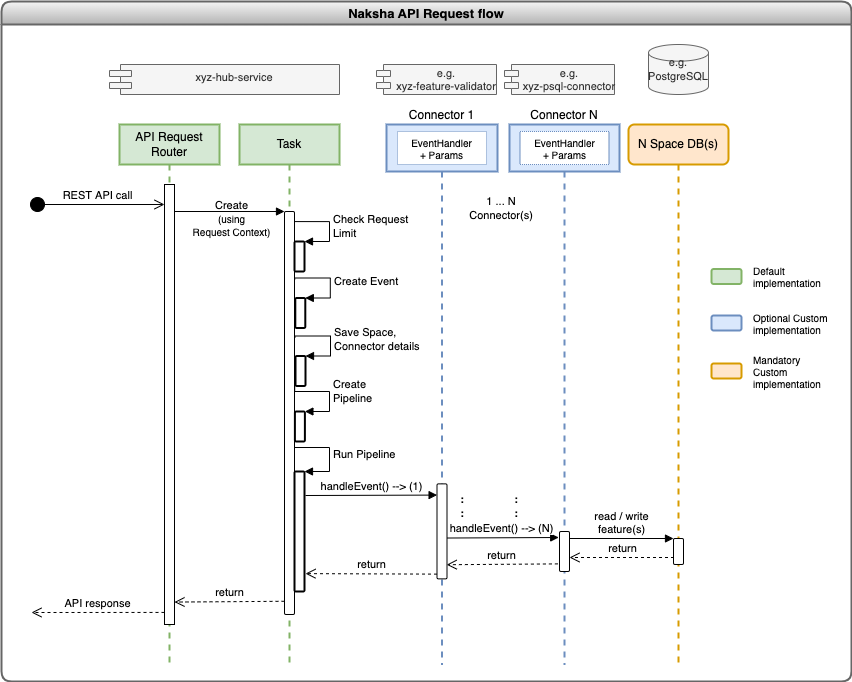
Before: docs/diagrams/api_request_flow.png, a diagram exported from draw.io (heremaps/xyz-hub). Source tidied: cells renumbered, new cells last; positions are measured from the earlier drawing's top-left corner, leaving out a move shared by most shapes.
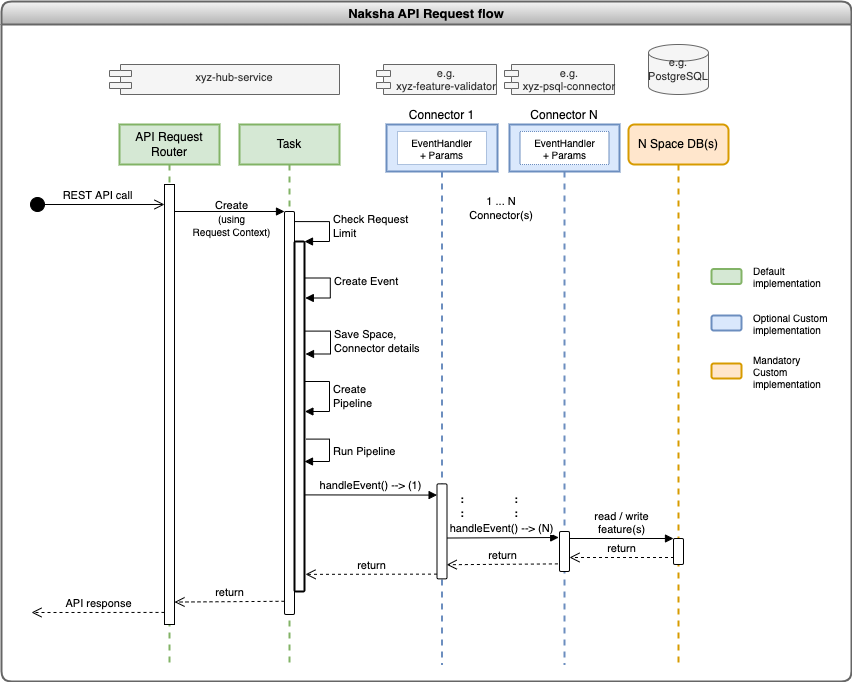
After the commit.

Commit message:
Updated API Request flow diagram

Change to the diagram source:
```diff
@@ -20,11 +20,9 @@
     <mxCell id="6" style="html=1;points=[];perimeter=orthogonalPerimeter;rounded=1;shadow=0;sketch=0;fontSize=11;strokeColor=#000000;strokeWidth=1;" parent="5" vertex="1">
       <mxGeometry x="45" y="87" width="10" height="403" as="geometry" />
     </mxCell>
-    <mxCell id="7" style="html=1;points=[];perimeter=orthogonalPerimeter;rounded=1;shadow=0;sketch=0;fontSize=11;strokeColor=#000000;strokeWidth=2;" parent="5" vertex="1">
-      <mxGeometry x="55" y="117" width="10" height="30" as="geometry" />
-    </mxCell>
-    <mxCell id="8" value="Check Request&lt;br&gt;Limit" style="edgeStyle=orthogonalEdgeStyle;html=1;align=left;spacingLeft=2;endArrow=block;rounded=0;entryX=1;entryY=0;fontSize=11;exitX=1;exitY=0.025;exitDx=0;exitDy=0;exitPerimeter=0;" parent="5" edge="1" source="6" target="7">
+    <mxCell id="8" value="Check Request&lt;br&gt;Limit" style="edgeStyle=orthogonalEdgeStyle;html=1;align=left;spacingLeft=2;endArrow=block;rounded=0;entryX=1;entryY=0;fontSize=11;exitX=1;exitY=0.025;exitDx=0;exitDy=0;exitPerimeter=0;" parent="5" edge="1" source="6">
       <mxGeometry relative="1" as="geometry">
+        <mxPoint x="65" y="117" as="targetPoint" />
         <Array as="points">
           <mxPoint x="90" y="97" />
           <mxPoint x="90" y="117" />
@@ -68,12 +66,10 @@
     <mxCell id="19" value="Mandatory Custom implementation" style="text;html=1;strokeColor=none;fillColor=none;align=left;verticalAlign=middle;whiteSpace=wrap;rounded=0;shadow=0;sketch=0;fontSize=10;" parent="13" vertex="1">
       <mxGeometry x="750" y="354.5" width="80" height="30" as="geometry" />
     </mxCell>
-    <mxCell id="20" style="html=1;points=[];perimeter=orthogonalPerimeter;rounded=1;shadow=0;sketch=0;fontSize=11;strokeColor=#000000;strokeWidth=2;" parent="13" vertex="1">
-      <mxGeometry x="293.8" y="296.5" width="10" height="30" as="geometry" />
-    </mxCell>
-    <mxCell id="21" value="Create Event" style="edgeStyle=orthogonalEdgeStyle;html=1;align=left;spacingLeft=2;endArrow=block;rounded=0;entryX=1;entryY=0;fontSize=11;exitX=0.94;exitY=0.067;exitDx=0;exitDy=0;exitPerimeter=0;" parent="13" edge="1" target="20">
+    <mxCell id="21" value="Create Event" style="edgeStyle=orthogonalEdgeStyle;html=1;align=left;spacingLeft=2;endArrow=block;rounded=0;entryX=1;entryY=0;fontSize=11;exitX=0.94;exitY=0.067;exitDx=0;exitDy=0;exitPerimeter=0;" parent="13" edge="1">
       <mxGeometry relative="1" as="geometry">
         <mxPoint x="293.2" y="278.1" as="sourcePoint" />
+        <mxPoint x="303.8" y="296.5" as="targetPoint" />
         <Array as="points">
           <mxPoint x="292.8" y="276.5" />
           <mxPoint x="328.8" y="276.5" />
@@ -81,18 +77,16 @@
         </Array>
       </mxGeometry>
     </mxCell>
-    <mxCell id="22" style="html=1;points=[];perimeter=orthogonalPerimeter;rounded=1;shadow=0;sketch=0;fontSize=11;strokeColor=#000000;strokeWidth=2;" parent="13" vertex="1">
-      <mxGeometry x="293.4" y="410" width="10" height="30" as="geometry" />
-    </mxCell>
     <mxCell id="23" style="html=1;points=[];perimeter=orthogonalPerimeter;rounded=1;shadow=0;sketch=0;fontSize=11;strokeColor=#000000;strokeWidth=2;" parent="13" vertex="1">
-      <mxGeometry x="293" y="470" width="10" height="120" as="geometry" />
+      <mxGeometry x="293" y="240" width="10" height="350" as="geometry" />
     </mxCell>
-    <mxCell id="24" value="Run Pipeline&amp;nbsp;" style="edgeStyle=orthogonalEdgeStyle;html=1;align=left;spacingLeft=2;endArrow=block;rounded=0;entryX=1;entryY=0;fontSize=11;exitX=1.02;exitY=0.033;exitDx=0;exitDy=0;exitPerimeter=0;" parent="13" edge="1" target="23">
+    <mxCell id="24" value="Run Pipeline&amp;nbsp;" style="edgeStyle=orthogonalEdgeStyle;html=1;align=left;spacingLeft=2;endArrow=block;rounded=0;fontSize=11;entryX=1;entryY=0.66;entryDx=0;entryDy=0;entryPerimeter=0;exitX=1.15;exitY=0.596;exitDx=0;exitDy=0;exitPerimeter=0;" parent="13" edge="1">
       <mxGeometry relative="1" as="geometry">
-        <mxPoint x="292.8" y="446" as="sourcePoint" />
+        <mxPoint x="304.5" y="437.6" as="sourcePoint" />
+        <mxPoint x="303" y="460" as="targetPoint" />
         <Array as="points">
-          <mxPoint x="328" y="446" />
-          <mxPoint x="328" y="470" />
+          <mxPoint x="328" y="438" />
+          <mxPoint x="328" y="460" />
         </Array>
       </mxGeometry>
     </mxCell>
@@ -126,7 +120,7 @@
     <mxCell id="34" value="e.g.&#10;xyz-psql-connector" style="shape=module;align=center;spacingLeft=20;align=center;verticalAlign=middle;rounded=1;shadow=0;sketch=0;fontSize=11;strokeColor=#666666;strokeWidth=1;jettyWidth=14;jettyHeight=6;fillColor=#f5f5f5;fontColor=#333333;labelPosition=center;verticalLabelPosition=middle;" parent="13" vertex="1">
       <mxGeometry x="503" y="63" width="110" height="30" as="geometry" />
     </mxCell>
-    <mxCell id="35" value="handleEvent() --&amp;gt; (1)" style="html=1;verticalAlign=bottom;endArrow=block;entryX=0.01;entryY=0.118;rounded=0;fontSize=11;entryDx=0;entryDy=0;entryPerimeter=0;exitX=1.1;exitY=0.2;exitDx=0;exitDy=0;exitPerimeter=0;" parent="13" edge="1" source="23" target="26">
+    <mxCell id="35" value="handleEvent() --&amp;gt; (1)" style="html=1;verticalAlign=bottom;endArrow=block;entryX=0.01;entryY=0.118;rounded=0;fontSize=11;entryDx=0;entryDy=0;entryPerimeter=0;exitX=1.05;exitY=0.724;exitDx=0;exitDy=0;exitPerimeter=0;" parent="13" edge="1" source="23" target="26">
       <mxGeometry relative="1" as="geometry" />
     </mxCell>
     <mxCell id="36" value="handleEvent() --&amp;gt; (N)" style="html=1;verticalAlign=bottom;endArrow=block;entryX=-0.08;entryY=0.15;rounded=0;fontSize=11;entryDx=0;entryDy=0;entryPerimeter=0;exitX=1;exitY=0.57;exitDx=0;exitDy=0;exitPerimeter=0;" parent="13" edge="1" source="26" target="31">
@@ -135,7 +129,7 @@
     <mxCell id="37" value="return" style="html=1;verticalAlign=bottom;endArrow=open;dashed=1;endSize=8;exitX=-0.16;exitY=0.81;rounded=0;fontSize=11;exitDx=0;exitDy=0;exitPerimeter=0;entryX=0.97;entryY=0.851;entryDx=0;entryDy=0;entryPerimeter=0;" parent="13" edge="1" source="31" target="26">
       <mxGeometry relative="1" as="geometry" />
     </mxCell>
-    <mxCell id="38" value="return" style="html=1;verticalAlign=bottom;endArrow=open;dashed=1;endSize=8;exitX=0;exitY=0.95;rounded=0;fontSize=11;entryX=1.1;entryY=0.851;entryDx=0;entryDy=0;entryPerimeter=0;" parent="13" edge="1" source="26" target="23">
+    <mxCell id="38" value="return" style="html=1;verticalAlign=bottom;endArrow=open;dashed=1;endSize=8;exitX=0;exitY=0.95;rounded=0;fontSize=11;entryX=1.1;entryY=0.951;entryDx=0;entryDy=0;entryPerimeter=0;" parent="13" edge="1" source="26" target="23">
       <mxGeometry relative="1" as="geometry" />
     </mxCell>
     <mxCell id="39" style="html=1;points=[];perimeter=orthogonalPerimeter;rounded=1;shadow=0;sketch=0;fontSize=11;strokeColor=#000000;strokeWidth=1;" parent="13" vertex="1">
@@ -153,24 +147,21 @@
     <mxCell id="43" value="e.g. PostgreSQL" style="strokeWidth=1;html=1;shape=mxgraph.flowchart.database;whiteSpace=wrap;rounded=1;shadow=0;sketch=0;fontSize=11;fillColor=#f5f5f5;fontColor=#333333;strokeColor=#666666;" parent="13" vertex="1">
       <mxGeometry x="647" y="43" width="60" height="50" as="geometry" />
     </mxCell>
-    <mxCell id="44" style="html=1;points=[];perimeter=orthogonalPerimeter;rounded=1;shadow=0;sketch=0;fontSize=11;strokeColor=#000000;strokeWidth=2;" parent="13" vertex="1">
-      <mxGeometry x="294" y="354.5" width="10" height="30" as="geometry" />
-    </mxCell>
-    <mxCell id="45" value="Save Space,&lt;br&gt;Connector details" style="edgeStyle=orthogonalEdgeStyle;html=1;align=left;spacingLeft=2;endArrow=block;rounded=0;entryX=1;entryY=0;fontSize=11;exitX=0.94;exitY=0.067;exitDx=0;exitDy=0;exitPerimeter=0;" parent="13" edge="1" target="44">
+    <mxCell id="45" value="Save Space,&lt;br&gt;Connector details" style="edgeStyle=orthogonalEdgeStyle;html=1;align=left;spacingLeft=2;endArrow=block;rounded=0;entryX=1;entryY=0;fontSize=11;exitX=0.95;exitY=0.256;exitDx=0;exitDy=0;exitPerimeter=0;" parent="13" edge="1" source="23">
       <mxGeometry relative="1" as="geometry">
-        <mxPoint x="293.4" y="336.1" as="sourcePoint" />
+        <mxPoint x="304" y="352.5" as="targetPoint" />
         <Array as="points">
-          <mxPoint x="293" y="334.5" />
-          <mxPoint x="329" y="334.5" />
-          <mxPoint x="329" y="354.5" />
+          <mxPoint x="329" y="330" />
+          <mxPoint x="329" y="353" />
         </Array>
       </mxGeometry>
     </mxCell>
-    <mxCell id="46" value="Create&lt;br&gt;Pipeline&amp;nbsp;" style="edgeStyle=orthogonalEdgeStyle;html=1;align=left;spacingLeft=2;endArrow=block;rounded=0;entryX=1;entryY=0;fontSize=11;exitX=1.02;exitY=0.033;exitDx=0;exitDy=0;exitPerimeter=0;" parent="1" edge="1" target="22">
+    <mxCell id="46" value="Create&lt;br&gt;Pipeline&amp;nbsp;" style="edgeStyle=orthogonalEdgeStyle;html=1;align=left;spacingLeft=2;endArrow=block;rounded=0;entryX=1;entryY=0;fontSize=11;" parent="1" edge="1">
       <mxGeometry relative="1" as="geometry">
-        <mxPoint x="293.2" y="380.3" as="sourcePoint" />
+        <mxPoint x="303" y="380" as="sourcePoint" />
+        <mxPoint x="303.4" y="410" as="targetPoint" />
         <Array as="points">
-          <mxPoint x="328" y="390" />
+          <mxPoint x="328" y="380" />
           <mxPoint x="328" y="410" />
         </Array>
       </mxGeometry>
```
